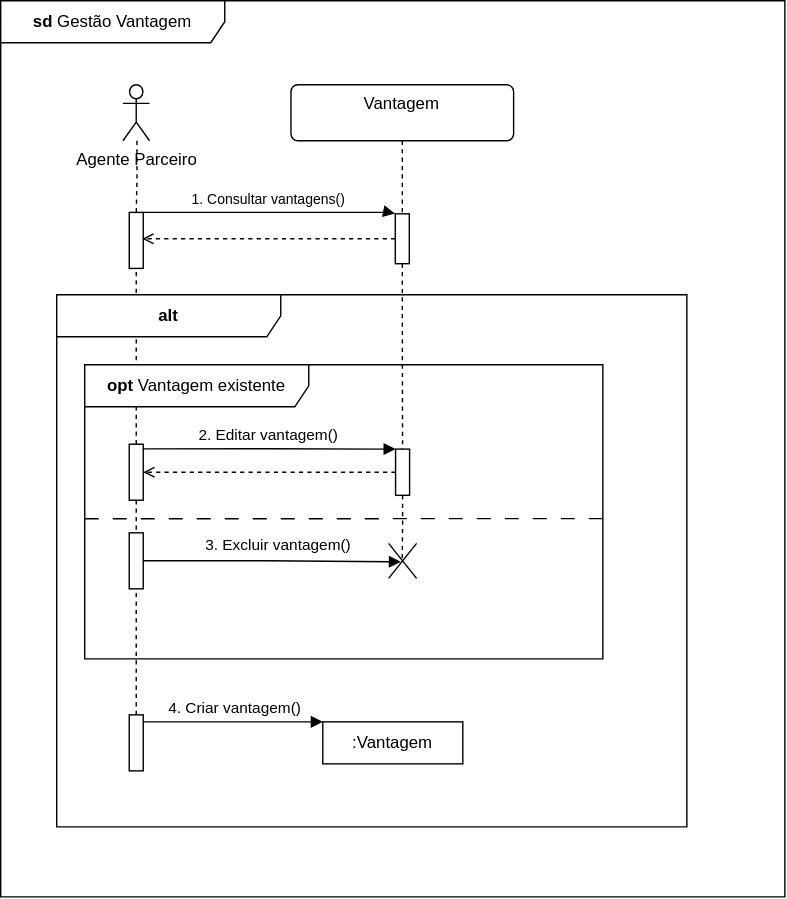
marcosffp/Sistema-Merito-Digital keeps this draw.io diagram as projeto/DiagramaDeSequencia_GestaoDeVantagem.drawio.svg. Above is the earlier version. Source tidied: cells renumbered, new cells last; positions are measured from the earlier drawing's top-left corner, leaving out a move shared by most shapes.
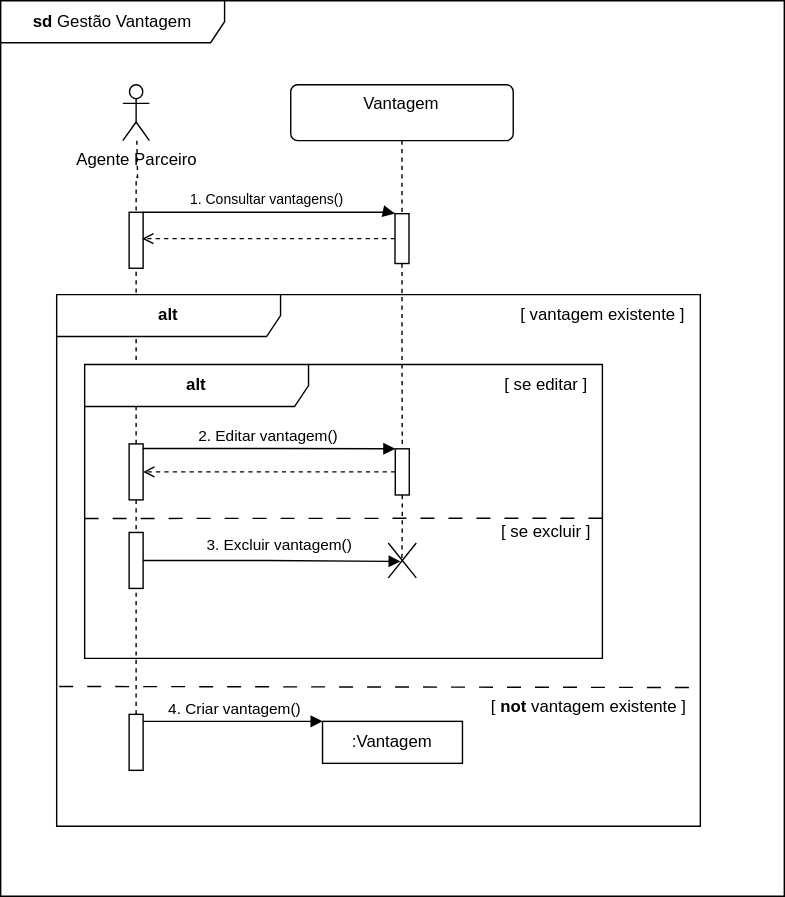
After the change.

Commit message:
ajustanto diagrama de sequência: gestão de vantagem

Diff of the diagram source:
```diff
@@ -44,7 +44,7 @@
       <mxGeometry relative="1" as="geometry" />
     </mxCell>
     <mxCell id="13" value="&lt;b&gt;alt&lt;/b&gt;" style="shape=umlFrame;whiteSpace=wrap;html=1;width=160;" parent="2" vertex="1">
-      <mxGeometry x="40" y="210" width="450" height="380" as="geometry" />
+      <mxGeometry x="40" y="210" width="460" height="380" as="geometry" />
     </mxCell>
     <mxCell id="14" style="edgeStyle=orthogonalEdgeStyle;rounded=0;jettySize=auto;html=1;entryX=0;entryY=0;entryDx=0;entryDy=0;endArrow=block;endFill=1;" parent="13" edge="1" source="29">
       <mxGeometry relative="1" as="geometry">
@@ -59,7 +59,7 @@
         <mxPoint y="-9" as="offset" />
       </mxGeometry>
     </mxCell>
-    <mxCell id="16" value="&lt;b&gt;opt &lt;/b&gt;Vantagem existente" style="shape=umlFrame;whiteSpace=wrap;html=1;width=160;" parent="13" vertex="1">
+    <mxCell id="16" value="&lt;b&gt;alt&lt;/b&gt;" style="shape=umlFrame;whiteSpace=wrap;html=1;width=160;" parent="13" vertex="1">
       <mxGeometry x="20" y="50" width="370" height="210" as="geometry" />
     </mxCell>
     <mxCell id="17" style="rounded=0;whiteSpace=wrap;html=1;rotation=90;" parent="16" vertex="1">
@@ -109,6 +109,9 @@
         <mxPoint y="110" as="sourcePoint" />
       </mxGeometry>
     </mxCell>
+    <mxCell id="33" value="[ se excluir ]" style="text;html=1;whiteSpace=wrap;strokeColor=none;fillColor=none;align=center;verticalAlign=middle;rounded=0;" parent="16" vertex="1">
+      <mxGeometry x="290" y="105" width="80" height="30" as="geometry" />
+    </mxCell>
     <mxCell id="29" style="rounded=0;whiteSpace=wrap;html=1;rotation=90;" parent="13" vertex="1">
       <mxGeometry x="36.8" y="315" width="40" height="10" as="geometry" />
     </mxCell>
@@ -118,8 +121,20 @@
     <mxCell id="31" value=":Vantagem" style="rounded=0;whiteSpace=wrap;html=1;" parent="13" vertex="1">
       <mxGeometry x="190" y="305" width="100" height="30" as="geometry" />
     </mxCell>
+    <mxCell id="34" value="[ vantagem existente ]" style="text;html=1;align=center;verticalAlign=middle;strokeColor=none;fillColor=none;" parent="13" vertex="1">
+      <mxGeometry x="320" width="140" height="30" as="geometry" />
+    </mxCell>
+    <mxCell id="35" value="[ &lt;b&gt;not&lt;/b&gt; vantagem existente ]" style="text;html=1;align=center;verticalAlign=middle;strokeColor=none;fillColor=none;" parent="13" vertex="1">
+      <mxGeometry x="300" y="280" width="160" height="30" as="geometry" />
+    </mxCell>
     <mxCell id="32" style="edgeStyle=orthogonalEdgeStyle;rounded=0;jettySize=auto;html=1;endArrow=none;endFill=0;dashed=1;entryX=0;entryY=0.5;entryDx=0;entryDy=0;exitX=1;exitY=0.5;exitDx=0;exitDy=0;" parent="2" edge="1" source="7" target="23">
       <mxGeometry relative="1" as="geometry" />
     </mxCell>
+    <mxCell id="36" style="endArrow=none;startArrow=none;endFill=0;startFill=0;endSize=8;html=1;verticalAlign=bottom;dashed=1;labelBackgroundColor=none;dashPattern=10 10;rounded=0;entryX=1;entryY=0.739;entryDx=0;entryDy=0;entryPerimeter=0;exitX=0.004;exitY=0.737;exitDx=0;exitDy=0;exitPerimeter=0;" parent="2" edge="1" source="13" target="13">
+      <mxGeometry relative="1" as="geometry" />
+    </mxCell>
+    <mxCell id="37" value="[ se editar ]" style="text;html=1;whiteSpace=wrap;strokeColor=none;fillColor=none;align=center;verticalAlign=middle;rounded=0;" parent="1" vertex="1">
+      <mxGeometry x="350" y="260" width="80" height="30" as="geometry" />
+    </mxCell>
   </root>
 </mxGraphModel>
```
